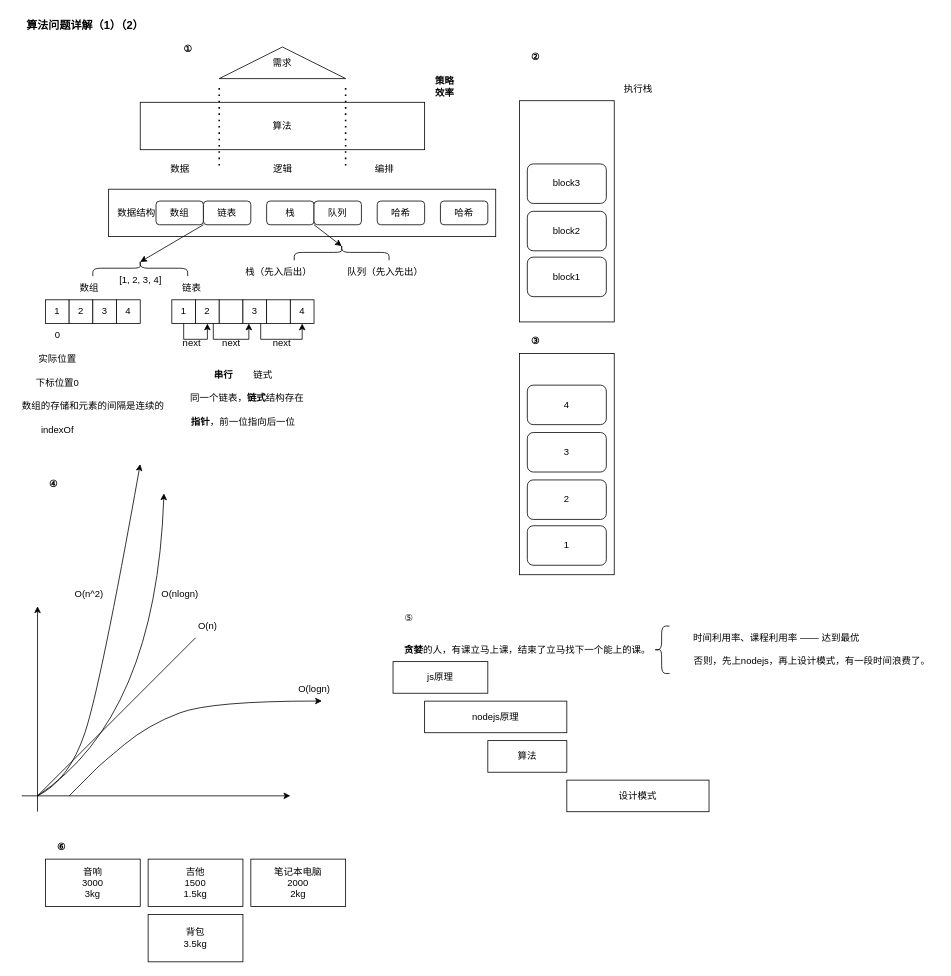
This is page "算法问题详解（1）（2）——云隐" (19 of 19) of formal_lessons/imgs/【爪哇教育】web304.drawio from djsz3y/zhaowa-study-notes, a draw.io file, before an edit. Source tidied: cells renumbered, new cells numbered last; positions are measured from the earlier drawing's top-left corner, leaving out a move shared by most shapes. Both pictures are drawn from the tidied source at 79%, with x=0, y=0 at pixel (13, 13).
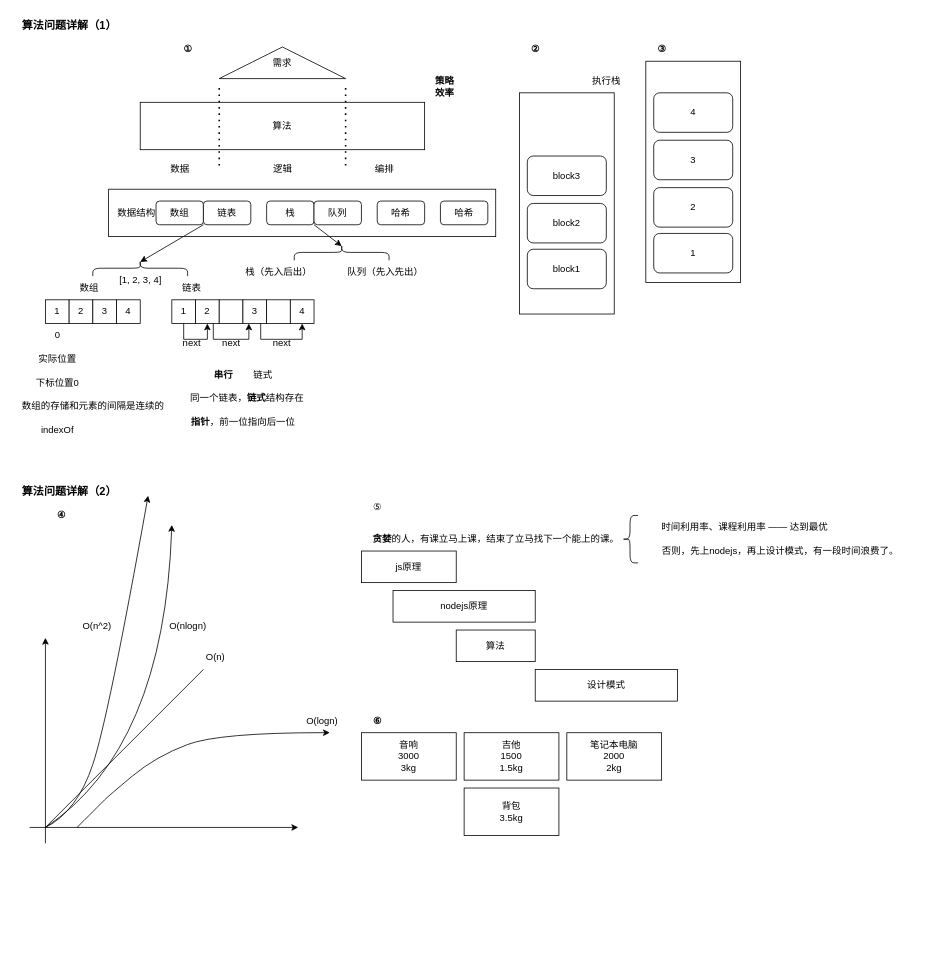
The same page after the edit.

Commit message:
更新【爪哇教育】web304.drawio

What changed in the source:
```diff
@@
+    <mxCell id="98" style="group;" parent="1" vertex="1">
+      <mxGeometry width="920" height="542" as="geometry" />
+    </mxCell>
-    <mxCell id="2" value="算法问题详解（1）（2）" style="text;html=1;align=center;verticalAlign=middle;strokeColor=none;fillColor=none;fontStyle=1;fontSize=14;" parent="1" vertex="1">
-      <mxGeometry width="180" height="30" as="geometry" />
+    <mxCell id="2" value="算法问题详解（1）" style="text;html=1;align=center;verticalAlign=middle;strokeColor=none;fillColor=none;fontStyle=1;fontSize=14;" parent="98" vertex="1">
+      <mxGeometry width="140" height="30" as="geometry" />
     </mxCell>
-    <mxCell id="3" style="group;" parent="1" vertex="1">
+    <mxCell id="3" style="group;" parent="98" vertex="1">
       <mxGeometry y="30" width="610" height="512" as="geometry" />
     </mxCell>
@@
-    <mxCell id="55" style="group;" parent="1" vertex="1">
-      <mxGeometry x="640" y="40" width="180" height="350" as="geometry" />
-    </mxCell>
-    <mxCell id="56" style="rounded=0;whiteSpace=wrap;html=1;" parent="55" vertex="1">
-      <mxGeometry y="70" width="120" height="280" as="geometry" />
-    </mxCell>
-    <mxCell id="57" value="block1" style="rounded=1;whiteSpace=wrap;html=1;" parent="55" vertex="1">
-      <mxGeometry x="10" y="268" width="100" height="50" as="geometry" />
-    </mxCell>
-    <mxCell id="58" value="block2" style="rounded=1;whiteSpace=wrap;html=1;" parent="55" vertex="1">
-      <mxGeometry x="10" y="210" width="100" height="50" as="geometry" />
-    </mxCell>
-    <mxCell id="59" value="block3" style="rounded=1;whiteSpace=wrap;html=1;" parent="55" vertex="1">
-      <mxGeometry x="10" y="150" width="100" height="50" as="geometry" />
-    </mxCell>
-    <mxCell id="60" value="执行栈" style="text;html=1;align=center;verticalAlign=middle;strokeColor=none;fillColor=none;" parent="55" vertex="1">
-      <mxGeometry x="120" y="40" width="60" height="30" as="geometry" />
-    </mxCell>
-    <mxCell id="61" value="②" style="text;html=1;align=center;verticalAlign=middle;strokeColor=none;fillColor=none;fontStyle=1;" parent="55" vertex="1">
-      <mxGeometry width="40" height="30" as="geometry" />
-    </mxCell>
-    <mxCell id="62" style="group;" parent="1" vertex="1">
-      <mxGeometry x="640" y="400" width="120" height="310" as="geometry" />
+    <mxCell id="62" style="group;" parent="98" vertex="1">
+      <mxGeometry x="800" y="30" width="120" height="310" as="geometry" />
     </mxCell>
@@
+    <mxCell id="99" style="group;" parent="98" vertex="1">
+      <mxGeometry x="640" y="30" width="140" height="350" as="geometry" />
+    </mxCell>
+    <mxCell id="56" style="rounded=0;whiteSpace=wrap;html=1;" parent="99" vertex="1">
+      <mxGeometry y="70" width="120" height="280" as="geometry" />
+    </mxCell>
+    <mxCell id="57" value="block1" style="rounded=1;whiteSpace=wrap;html=1;" parent="99" vertex="1">
+      <mxGeometry x="10" y="268" width="100" height="50" as="geometry" />
+    </mxCell>
+    <mxCell id="58" value="block2" style="rounded=1;whiteSpace=wrap;html=1;" parent="99" vertex="1">
+      <mxGeometry x="10" y="210" width="100" height="50" as="geometry" />
+    </mxCell>
+    <mxCell id="59" value="block3" style="rounded=1;whiteSpace=wrap;html=1;" parent="99" vertex="1">
+      <mxGeometry x="10" y="150" width="100" height="50" as="geometry" />
+    </mxCell>
+    <mxCell id="60" value="执行栈" style="text;html=1;align=center;verticalAlign=middle;strokeColor=none;fillColor=none;" parent="99" vertex="1">
+      <mxGeometry x="80" y="40" width="60" height="30" as="geometry" />
+    </mxCell>
+    <mxCell id="61" value="②" style="text;html=1;align=center;verticalAlign=middle;strokeColor=none;fillColor=none;fontStyle=1;" parent="99" vertex="1">
+      <mxGeometry width="40" height="30" as="geometry" />
+    </mxCell>
+    <mxCell id="100" style="group;" parent="1" vertex="1">
+      <mxGeometry y="590" width="1130" height="459.9" as="geometry" />
+    </mxCell>
-    <mxCell id="69" style="group;" parent="1" vertex="1">
-      <mxGeometry x="10" y="580" width="400" height="429.9" as="geometry" />
+    <mxCell id="69" style="group;" parent="100" vertex="1">
+      <mxGeometry x="20" y="30" width="400" height="429.9" as="geometry" />
     </mxCell>
@@
-    <mxCell id="82" style="group;" parent="1" vertex="1">
-      <mxGeometry x="480" y="750" width="690" height="260" as="geometry" />
+    <mxCell id="82" style="group;" parent="100" vertex="1">
+      <mxGeometry x="440" y="20" width="690" height="260" as="geometry" />
     </mxCell>
@@
-    <mxCell id="92" style="group;" parent="1" vertex="1">
-      <mxGeometry x="40" y="1040" width="380" height="160" as="geometry" />
+    <mxCell id="92" style="group;" parent="100" vertex="1">
+      <mxGeometry x="440" y="290" width="380" height="160" as="geometry" />
     </mxCell>
@@
+    <mxCell id="101" value="算法问题详解（2）" style="text;html=1;align=center;verticalAlign=middle;strokeColor=none;fillColor=none;fontStyle=1;fontSize=14;" parent="100" vertex="1">
+      <mxGeometry width="140" height="30" as="geometry" />
+    </mxCell>
```
